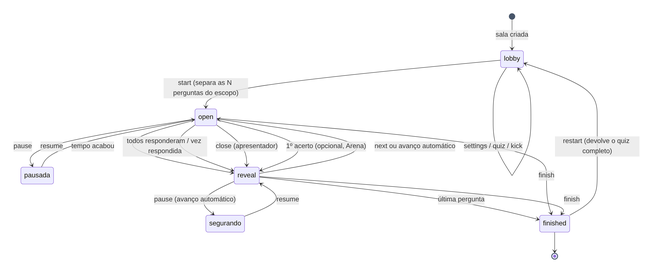
The Mermaid diagram docs/diagramas/03_ciclo_partida.png in luiskenji-ido/arena-quiz-multiplayer, before a commit. Its source is kept beside it as docs/diagramas/03_ciclo_partida.mmd.
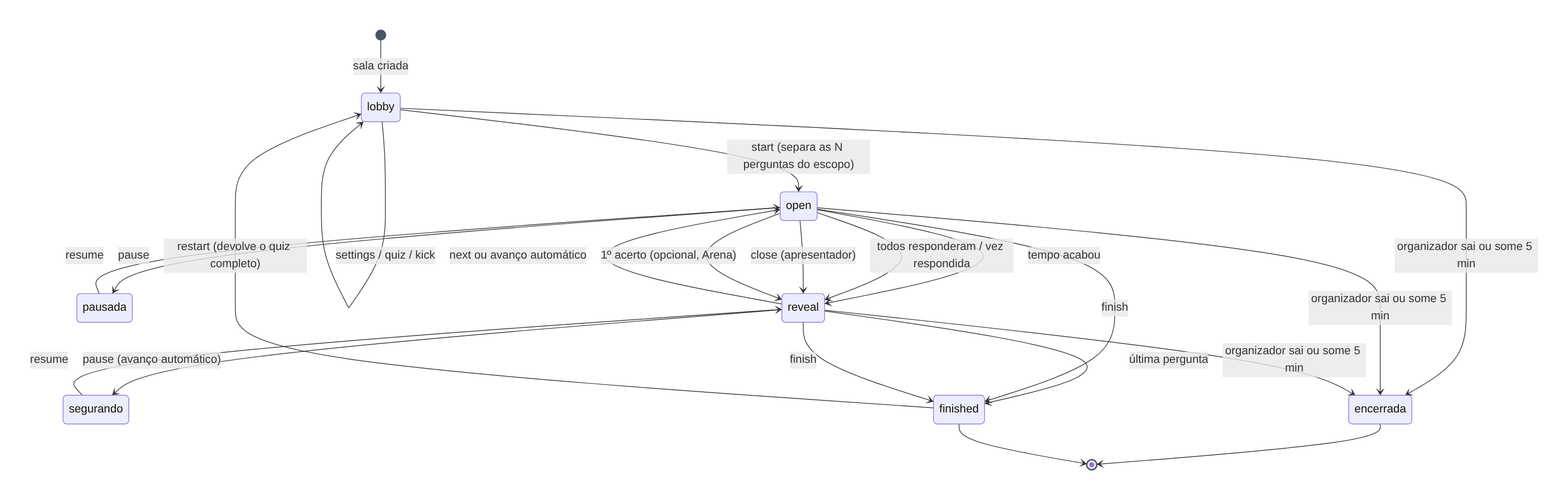
After the change.

What changed in the source:
```diff
@@ -15,4 +15,8 @@
   reveal --> finished: finish
   finished --> lobby: restart (devolve o quiz completo)
   lobby --> lobby: settings / quiz / kick
+  lobby --> encerrada: organizador sai ou some 5 min
+  open --> encerrada: organizador sai ou some 5 min
+  reveal --> encerrada: organizador sai ou some 5 min
+  encerrada --> [*]
   finished --> [*]
```
